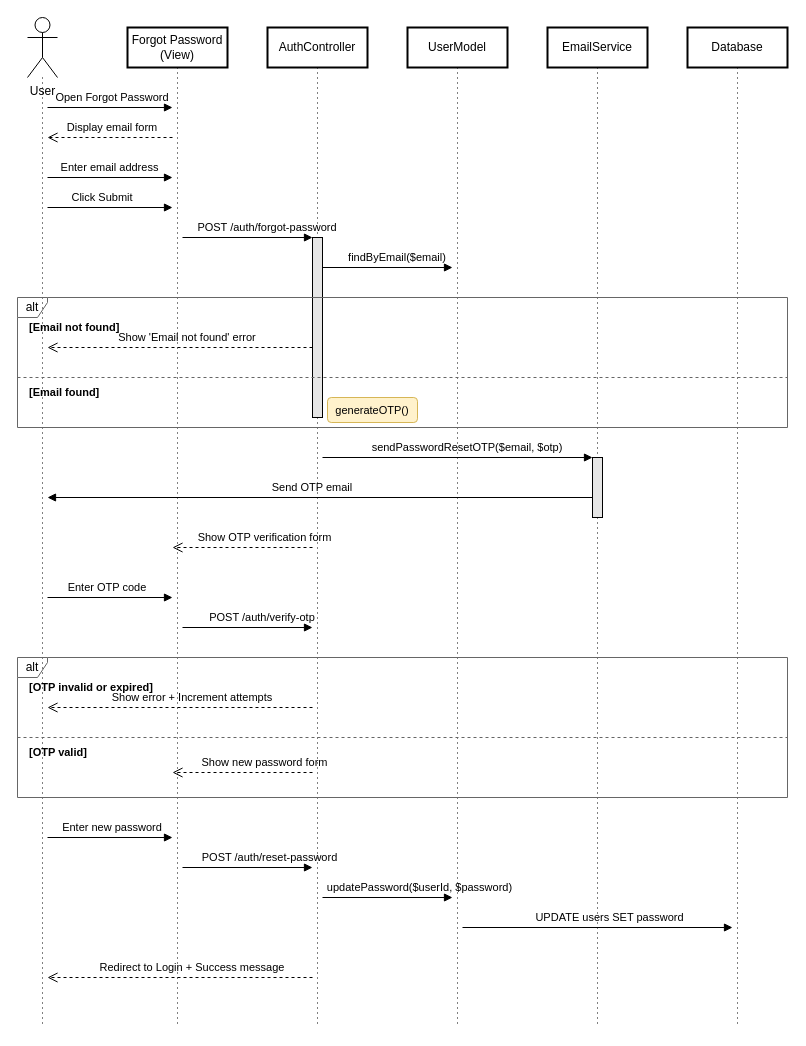
This is docs/diagrams/password_reset_sequence_diagram.drawio from tdat-dev/UniMarket, a draw.io file, before an edit. Source tidied: cells renumbered, new cells numbered last; positions are measured from the earlier drawing's top-left corner, leaving out a move shared by most shapes. Both pictures are drawn from the tidied source at 100%, with x=0, y=0 at pixel (17, 17).
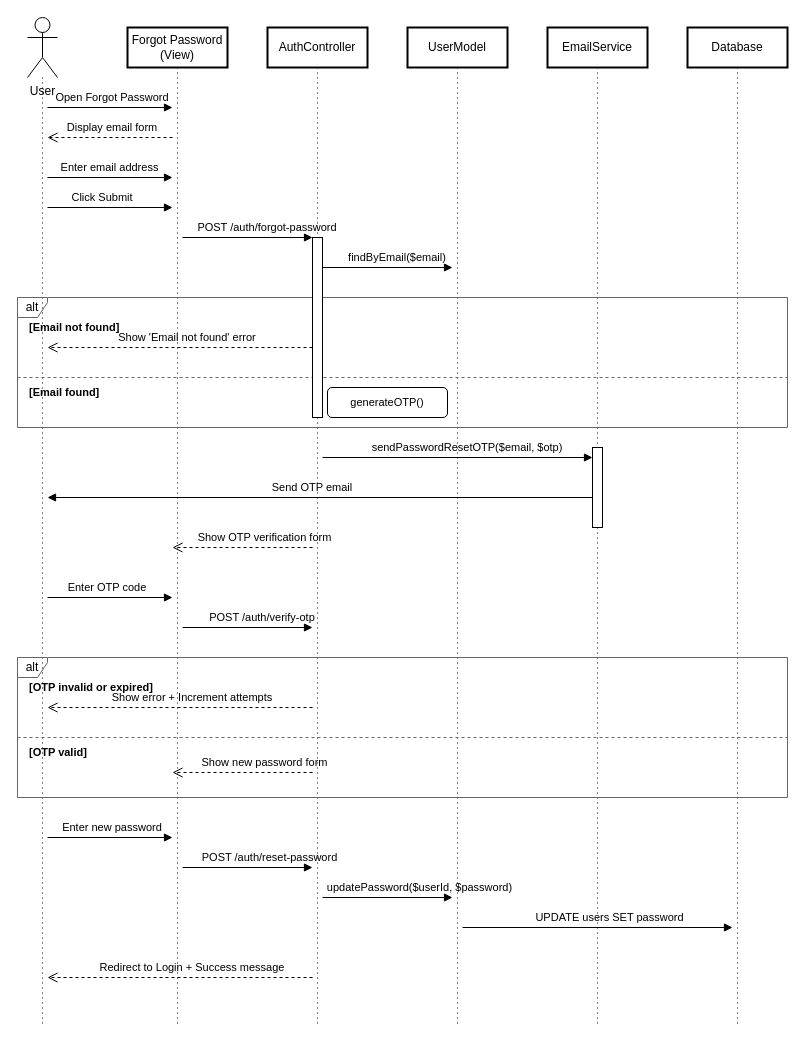
The same page after the edit.

Change to the diagram source:
```diff
@@
-    <mxCell id="33" value="generateOTP()" style="text;html=1;align=center;verticalAlign=middle;whiteSpace=wrap;rounded=0;fontSize=11;fillColor=#fff2cc;strokeColor=#d6b656;rounded=1;" parent="1" vertex="1">
-      <mxGeometry x="310" y="380" width="90" height="25" as="geometry" />
-    </mxCell>
@@
+    <mxCell id="63" style="html=1;perimeter=orthogonalPerimeter;targetShapes=umlLifeline;newEdgeStyle={&quot;curved&quot;:0,&quot;rounded&quot;:0};" parent="1" vertex="1">
+      <mxGeometry x="295" y="220" width="10" height="180" as="geometry" />
+    </mxCell>
+    <mxCell id="64" style="html=1;perimeter=orthogonalPerimeter;targetShapes=umlLifeline;newEdgeStyle={&quot;curved&quot;:0,&quot;rounded&quot;:0};" parent="1" vertex="1">
+      <mxGeometry x="575" y="430" width="10" height="80" as="geometry" />
+    </mxCell>
+    <mxCell id="33" value="&lt;span style=&quot;font-size: 11px;&quot;&gt;generateOTP()&lt;/span&gt;" style="rounded=1;whiteSpace=wrap;html=1;" parent="1" vertex="1">
+      <mxGeometry x="310" y="370" width="120" height="30" as="geometry" />
+    </mxCell>
```
